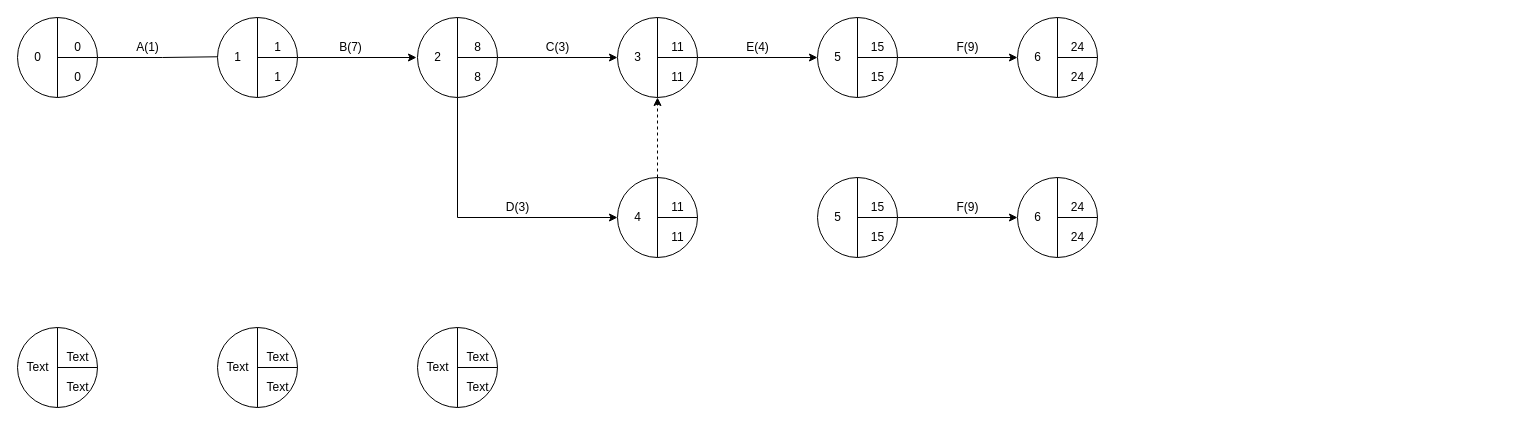
This is IngenieriaSoftware/Practica2/Ej10.drawio from Luchit0-afk/Diagramas, a draw.io file, before an edit. Source tidied: cells renumbered, new cells numbered last; positions are measured from the earlier drawing's top-left corner, leaving out a move shared by most shapes. Both pictures are drawn from the tidied source at 100%, with x=0, y=0 at pixel (17, 17).
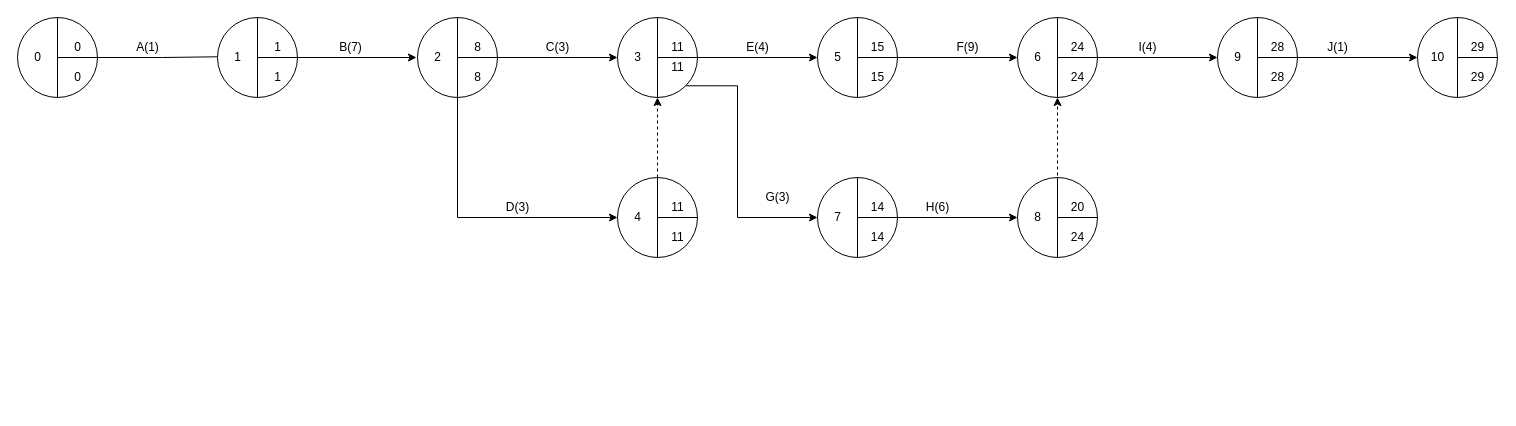
Above is the later version.

Unchanged cells that the change refers to:
```xml
<mxCell id="45" style="ellipse;whiteSpace=wrap;html=1;" parent="1" vertex="1">
  <mxGeometry x="600" width="80" height="80" as="geometry" />
</mxCell>
<mxCell id="68" style="ellipse;whiteSpace=wrap;html=1;" parent="1" vertex="1">
  <mxGeometry x="1000" width="80" height="80" as="geometry" />
</mxCell>
<mxCell id="76" style="ellipse;whiteSpace=wrap;html=1;" parent="1" vertex="1">
  <mxGeometry x="800" y="160" width="80" height="80" as="geometry" />
</mxCell>
```

What changed in the source:
```diff
@@
-    <mxCell id="24" style="ellipse;whiteSpace=wrap;html=1;" parent="1" vertex="1">
-      <mxGeometry y="310" width="80" height="80" as="geometry" />
-    </mxCell>
-    <mxCell id="25" style="endArrow=none;html=1;entryX=0.5;entryY=0;entryDx=0;entryDy=0;exitX=0.5;exitY=1;exitDx=0;exitDy=0;" parent="1" edge="1" source="24" target="24">
-      <mxGeometry relative="1" as="geometry" />
-    </mxCell>
-    <mxCell id="26" style="endArrow=none;html=1;exitX=1;exitY=0.5;exitDx=0;exitDy=0;" parent="1" edge="1" source="24">
-      <mxGeometry relative="1" as="geometry">
-        <mxPoint x="40" y="350" as="targetPoint" />
-      </mxGeometry>
-    </mxCell>
-    <mxCell id="27" value="Text" style="text;html=1;align=center;verticalAlign=middle;strokeColor=none;" parent="1" vertex="1">
-      <mxGeometry x="40" y="330" width="40" height="20" as="geometry" />
-    </mxCell>
-    <mxCell id="28" value="Text" style="text;html=1;align=center;verticalAlign=middle;strokeColor=none;" parent="1" vertex="1">
-      <mxGeometry x="40" y="360" width="40" height="20" as="geometry" />
-    </mxCell>
-    <mxCell id="29" value="Text" style="text;html=1;align=center;verticalAlign=middle;strokeColor=none;" parent="1" vertex="1">
-      <mxGeometry y="340" width="40" height="20" as="geometry" />
-    </mxCell>
-    <mxCell id="30" style="ellipse;whiteSpace=wrap;html=1;" parent="1" vertex="1">
-      <mxGeometry x="200" y="310" width="80" height="80" as="geometry" />
-    </mxCell>
-    <mxCell id="31" style="endArrow=none;html=1;entryX=0.5;entryY=0;entryDx=0;entryDy=0;exitX=0.5;exitY=1;exitDx=0;exitDy=0;" parent="1" edge="1" source="30" target="30">
-      <mxGeometry relative="1" as="geometry" />
-    </mxCell>
-    <mxCell id="32" style="endArrow=none;html=1;exitX=1;exitY=0.5;exitDx=0;exitDy=0;" parent="1" edge="1" source="30">
-      <mxGeometry relative="1" as="geometry">
-        <mxPoint x="240" y="350" as="targetPoint" />
-      </mxGeometry>
-    </mxCell>
-    <mxCell id="33" value="Text" style="text;html=1;align=center;verticalAlign=middle;strokeColor=none;" parent="1" vertex="1">
-      <mxGeometry x="240" y="330" width="40" height="20" as="geometry" />
-    </mxCell>
-    <mxCell id="34" value="Text" style="text;html=1;align=center;verticalAlign=middle;strokeColor=none;" parent="1" vertex="1">
-      <mxGeometry x="240" y="360" width="40" height="20" as="geometry" />
-    </mxCell>
-    <mxCell id="35" value="Text" style="text;html=1;align=center;verticalAlign=middle;strokeColor=none;" parent="1" vertex="1">
-      <mxGeometry x="200" y="340" width="40" height="20" as="geometry" />
-    </mxCell>
-    <mxCell id="36" style="ellipse;whiteSpace=wrap;html=1;" parent="1" vertex="1">
-      <mxGeometry x="400" y="310" width="80" height="80" as="geometry" />
-    </mxCell>
-    <mxCell id="37" style="endArrow=none;html=1;entryX=0.5;entryY=0;entryDx=0;entryDy=0;exitX=0.5;exitY=1;exitDx=0;exitDy=0;" parent="1" edge="1" source="36" target="36">
-      <mxGeometry relative="1" as="geometry" />
-    </mxCell>
-    <mxCell id="38" style="endArrow=none;html=1;exitX=1;exitY=0.5;exitDx=0;exitDy=0;" parent="1" edge="1" source="36">
-      <mxGeometry relative="1" as="geometry">
-        <mxPoint x="440" y="350" as="targetPoint" />
-      </mxGeometry>
-    </mxCell>
-    <mxCell id="39" value="Text" style="text;html=1;align=center;verticalAlign=middle;strokeColor=none;" parent="1" vertex="1">
-      <mxGeometry x="440" y="330" width="40" height="20" as="geometry" />
-    </mxCell>
-    <mxCell id="40" value="Text" style="text;html=1;align=center;verticalAlign=middle;strokeColor=none;" parent="1" vertex="1">
-      <mxGeometry x="440" y="360" width="40" height="20" as="geometry" />
-    </mxCell>
-    <mxCell id="41" value="Text" style="text;html=1;align=center;verticalAlign=middle;strokeColor=none;" parent="1" vertex="1">
-      <mxGeometry x="400" y="340" width="40" height="20" as="geometry" />
-    </mxCell>
@@
+    <mxCell id="89" style="edgeStyle=orthogonalEdgeStyle;rounded=0;jettySize=auto;html=1;exitX=1;exitY=1;exitDx=0;exitDy=0;entryX=0;entryY=0.5;entryDx=0;entryDy=0;" parent="1" edge="1" source="45" target="76">
+      <mxGeometry relative="1" as="geometry">
+        <Array as="points">
+          <mxPoint x="720" y="68" />
+          <mxPoint x="720" y="200" />
+        </Array>
+      </mxGeometry>
+    </mxCell>
@@
     <mxCell id="49" value="11" style="text;html=1;align=center;verticalAlign=middle;strokeColor=none;" parent="1" vertex="1">
-      <mxGeometry x="645" y="50" width="30" height="20" as="geometry" />
+      <mxGeometry x="645" y="40" width="30" height="20" as="geometry" />
     </mxCell>
@@
+    <mxCell id="90" style="edgeStyle=orthogonalEdgeStyle;rounded=0;jettySize=auto;html=1;exitX=1;exitY=0.5;exitDx=0;exitDy=0;entryX=0;entryY=0.5;entryDx=0;entryDy=0;" parent="1" edge="1" source="68" target="95">
+      <mxGeometry relative="1" as="geometry" />
+    </mxCell>
@@
-    <mxCell id="79" value="15" style="text;html=1;align=center;verticalAlign=middle;strokeColor=none;" parent="1" vertex="1">
+    <mxCell id="79" value="14" style="text;html=1;align=center;verticalAlign=middle;strokeColor=none;" parent="1" vertex="1">
       <mxGeometry x="845" y="180" width="30" height="20" as="geometry" />
     </mxCell>
-    <mxCell id="80" value="15" style="text;html=1;align=center;verticalAlign=middle;strokeColor=none;" parent="1" vertex="1">
+    <mxCell id="80" value="14" style="text;html=1;align=center;verticalAlign=middle;strokeColor=none;" parent="1" vertex="1">
       <mxGeometry x="845" y="210" width="30" height="20" as="geometry" />
     </mxCell>
-    <mxCell id="81" value="5" style="text;html=1;align=center;verticalAlign=middle;strokeColor=none;" parent="1" vertex="1">
+    <mxCell id="81" value="7" style="text;html=1;align=center;verticalAlign=middle;strokeColor=none;" parent="1" vertex="1">
       <mxGeometry x="810" y="190" width="20" height="20" as="geometry" />
     </mxCell>
@@
-    <mxCell id="85" value="24" style="text;html=1;align=center;verticalAlign=middle;strokeColor=none;" parent="1" vertex="1">
+    <mxCell id="85" value="20" style="text;html=1;align=center;verticalAlign=middle;strokeColor=none;" parent="1" vertex="1">
       <mxGeometry x="1045" y="180" width="30" height="20" as="geometry" />
     </mxCell>
@@
-    <mxCell id="87" value="6" style="text;html=1;align=center;verticalAlign=middle;strokeColor=none;" parent="1" vertex="1">
+    <mxCell id="87" value="8" style="text;html=1;align=center;verticalAlign=middle;strokeColor=none;" parent="1" vertex="1">
       <mxGeometry x="1010" y="190" width="20" height="20" as="geometry" />
     </mxCell>
-    <mxCell id="88" value="F(9)" style="text;html=1;align=center;verticalAlign=middle;strokeColor=none;" parent="1" vertex="1">
-      <mxGeometry x="930" y="180" width="40" height="20" as="geometry" />
-    </mxCell>
+    <mxCell id="91" value="G(3)" style="text;html=1;align=center;verticalAlign=middle;strokeColor=none;" parent="1" vertex="1">
+      <mxGeometry x="740" y="170" width="40" height="20" as="geometry" />
+    </mxCell>
+    <mxCell id="92" value="H(6)" style="text;html=1;align=center;verticalAlign=middle;strokeColor=none;" parent="1" vertex="1">
+      <mxGeometry x="900" y="180" width="40" height="20" as="geometry" />
+    </mxCell>
+    <mxCell id="93" style="html=1;labelBackgroundColor=#ffffff;startArrow=none;startFill=0;startSize=6;endArrow=classic;endFill=1;endSize=6;jettySize=auto;strokeWidth=1;dashed=1;fontSize=14;entryX=0.5;entryY=1;entryDx=0;entryDy=0;" parent="1" edge="1" target="68">
+      <mxGeometry relative="1" as="geometry">
+        <mxPoint x="1040" y="170" as="sourcePoint" />
+      </mxGeometry>
+    </mxCell>
+    <mxCell id="94" style="edgeStyle=orthogonalEdgeStyle;rounded=0;jettySize=auto;html=1;exitX=1;exitY=0.5;exitDx=0;exitDy=0;entryX=0;entryY=0.5;entryDx=0;entryDy=0;" parent="1" edge="1" source="95" target="101">
+      <mxGeometry relative="1" as="geometry" />
+    </mxCell>
+    <mxCell id="95" style="ellipse;whiteSpace=wrap;html=1;" parent="1" vertex="1">
+      <mxGeometry x="1200" width="80" height="80" as="geometry" />
+    </mxCell>
+    <mxCell id="96" style="endArrow=none;html=1;entryX=0.5;entryY=0;entryDx=0;entryDy=0;exitX=0.5;exitY=1;exitDx=0;exitDy=0;" parent="1" edge="1" source="95" target="95">
+      <mxGeometry relative="1" as="geometry" />
+    </mxCell>
+    <mxCell id="97" style="endArrow=none;html=1;exitX=1;exitY=0.5;exitDx=0;exitDy=0;" parent="1" edge="1" source="95">
+      <mxGeometry relative="1" as="geometry">
+        <mxPoint x="1240" y="40" as="targetPoint" />
+      </mxGeometry>
+    </mxCell>
+    <mxCell id="98" value="28" style="text;html=1;align=center;verticalAlign=middle;strokeColor=none;" parent="1" vertex="1">
+      <mxGeometry x="1245" y="20" width="30" height="20" as="geometry" />
+    </mxCell>
+    <mxCell id="99" value="28" style="text;html=1;align=center;verticalAlign=middle;strokeColor=none;" parent="1" vertex="1">
+      <mxGeometry x="1245" y="50" width="30" height="20" as="geometry" />
+    </mxCell>
+    <mxCell id="100" value="9" style="text;html=1;align=center;verticalAlign=middle;strokeColor=none;" parent="1" vertex="1">
+      <mxGeometry x="1210" y="30" width="20" height="20" as="geometry" />
+    </mxCell>
+    <mxCell id="101" style="ellipse;whiteSpace=wrap;html=1;" parent="1" vertex="1">
+      <mxGeometry x="1400" width="80" height="80" as="geometry" />
+    </mxCell>
+    <mxCell id="102" style="endArrow=none;html=1;entryX=0.5;entryY=0;entryDx=0;entryDy=0;exitX=0.5;exitY=1;exitDx=0;exitDy=0;" parent="1" edge="1" source="101" target="101">
+      <mxGeometry relative="1" as="geometry" />
+    </mxCell>
+    <mxCell id="103" style="endArrow=none;html=1;exitX=1;exitY=0.5;exitDx=0;exitDy=0;" parent="1" edge="1" source="101">
+      <mxGeometry relative="1" as="geometry">
+        <mxPoint x="1440" y="40" as="targetPoint" />
+      </mxGeometry>
+    </mxCell>
+    <mxCell id="104" value="29" style="text;html=1;align=center;verticalAlign=middle;strokeColor=none;" parent="1" vertex="1">
+      <mxGeometry x="1445" y="20" width="30" height="20" as="geometry" />
+    </mxCell>
+    <mxCell id="105" value="29" style="text;html=1;align=center;verticalAlign=middle;strokeColor=none;" parent="1" vertex="1">
+      <mxGeometry x="1445" y="50" width="30" height="20" as="geometry" />
+    </mxCell>
+    <mxCell id="106" value="10" style="text;html=1;align=center;verticalAlign=middle;strokeColor=none;" parent="1" vertex="1">
+      <mxGeometry x="1405" y="30" width="30" height="20" as="geometry" />
+    </mxCell>
+    <mxCell id="107" value="I(4)" style="text;html=1;align=center;verticalAlign=middle;strokeColor=none;" parent="1" vertex="1">
+      <mxGeometry x="1115" y="20" width="30" height="20" as="geometry" />
+    </mxCell>
+    <mxCell id="108" value="J(1)" style="text;html=1;align=center;verticalAlign=middle;strokeColor=none;" parent="1" vertex="1">
+      <mxGeometry x="1300" y="20" width="40" height="20" as="geometry" />
+    </mxCell>
```
